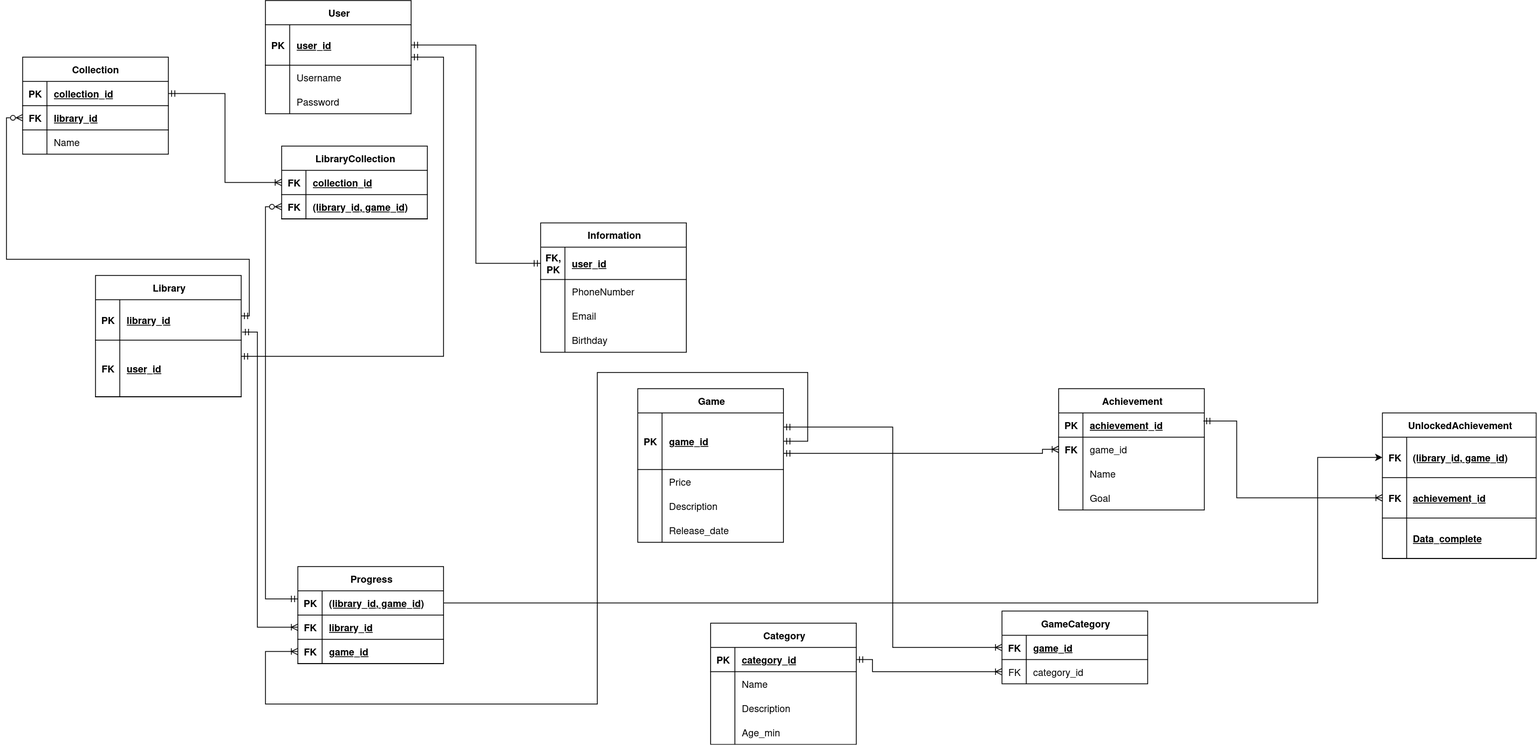
This is CrowDiagram/ER_crow.png from Tr1ggerbtw/KPI-, a draw.io export, as it was before one commit. Source tidied: cells renumbered, new cells last; positions are measured from the earlier drawing's top-left corner, leaving out a move shared by most shapes.
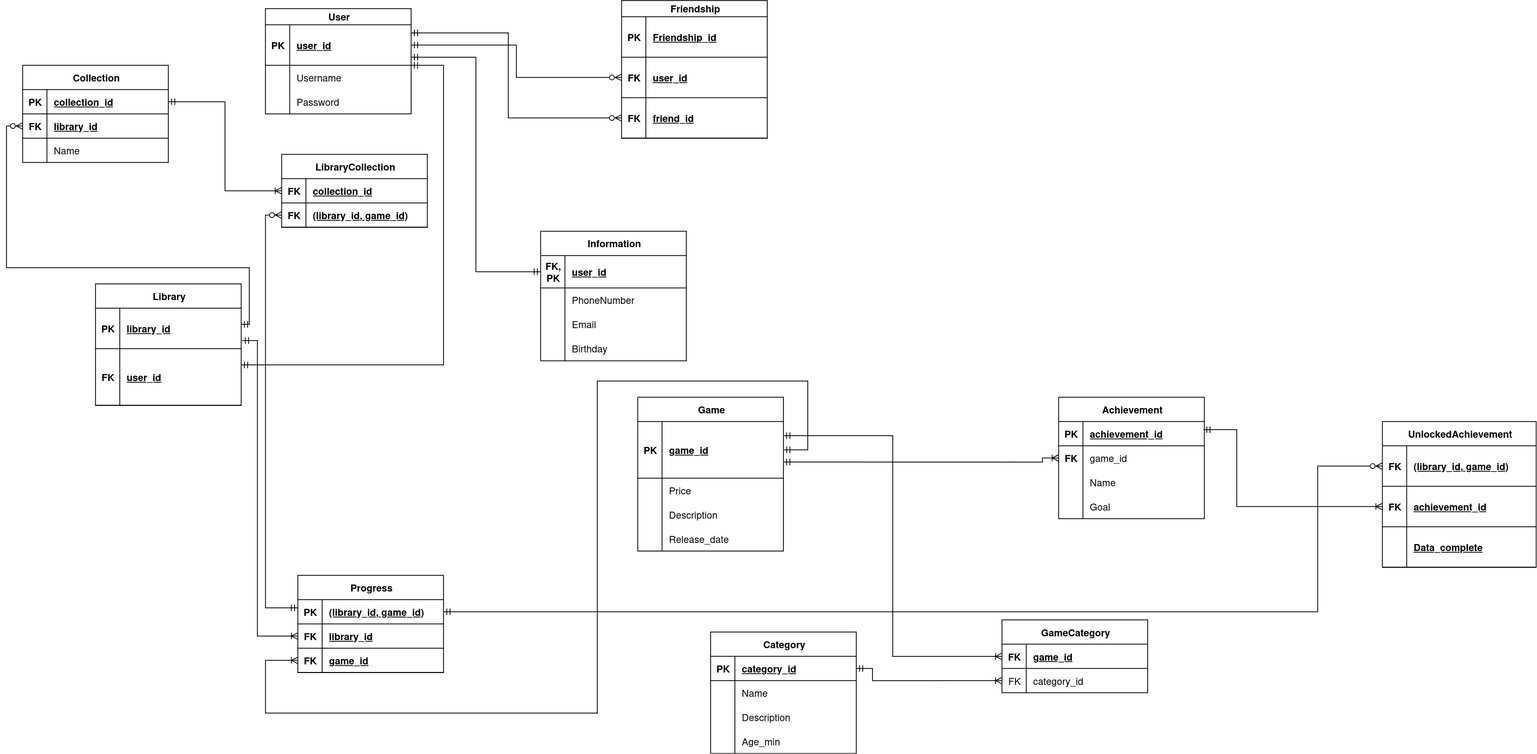
Later version of the same file.

The edit, as a diff of the source:
```diff
@@ -2,11 +2,11 @@
   <root>
     <mxCell id="0" />
     <mxCell id="1" parent="0" />
-    <mxCell id="2" value="User" style="shape=table;startSize=30;rowLines=0;fontStyle=1;align=center;html=1;" parent="1" vertex="1">
-      <mxGeometry x="320" width="180" height="140" as="geometry" />
+    <mxCell id="2" value="User" style="shape=table;startSize=20;rowLines=0;fontStyle=1;align=center;html=1;" parent="1" vertex="1">
+      <mxGeometry x="320" width="180" height="130" as="geometry" />
     </mxCell>
     <mxCell id="3" style="shape=tableRow;horizontal=0;startSize=0;swimlaneHead=0;swimlaneBody=0;fillColor=none;points=[[0,0.5],[1,0.5]];portConstraint=eastwest;top=0;left=0;right=0;bottom=1;" parent="2" vertex="1">
-      <mxGeometry y="30" width="180" height="50" as="geometry" />
+      <mxGeometry y="20" width="180" height="50" as="geometry" />
     </mxCell>
     <mxCell id="4" value="PK" style="shape=partialRectangle;fillColor=none;top=0;left=0;bottom=0;right=0;fontStyle=1;overflow=hidden;whiteSpace=wrap;html=1;" parent="3" vertex="1">
       <mxGeometry width="30" height="50" as="geometry" />
@@ -15,7 +15,7 @@
       <mxGeometry x="30" width="150" height="50" as="geometry" />
     </mxCell>
     <mxCell id="6" style="shape=tableRow;horizontal=0;startSize=0;swimlaneHead=0;swimlaneBody=0;fillColor=none;top=0;left=0;right=0;bottom=0;" parent="2" vertex="1">
-      <mxGeometry y="80" width="180" height="30" as="geometry" />
+      <mxGeometry y="70" width="180" height="30" as="geometry" />
     </mxCell>
     <mxCell id="7" style="shape=partialRectangle;fillColor=none;top=0;left=0;bottom=0;right=0;overflow=hidden;whiteSpace=wrap;html=1;" parent="6" vertex="1">
       <mxGeometry width="30" height="30" as="geometry" />
@@ -24,7 +24,7 @@
       <mxGeometry x="30" width="150" height="30" as="geometry" />
     </mxCell>
     <mxCell id="9" style="shape=tableRow;horizontal=0;startSize=0;swimlaneHead=0;swimlaneBody=0;fillColor=none;top=0;left=0;right=0;bottom=0;" parent="2" vertex="1">
-      <mxGeometry y="110" width="180" height="30" as="geometry" />
+      <mxGeometry y="100" width="180" height="30" as="geometry" />
     </mxCell>
     <mxCell id="10" style="shape=partialRectangle;fillColor=none;top=0;left=0;bottom=0;right=0;overflow=hidden;whiteSpace=wrap;html=1;" parent="9" vertex="1">
       <mxGeometry width="30" height="30" as="geometry" />
@@ -271,8 +271,15 @@
     <mxCell id="89" style="edgeStyle=orthogonalEdgeStyle;rounded=0;jettySize=auto;html=1;entryX=1;entryY=0.25;entryDx=0;entryDy=0;startArrow=ERoneToMany;startFill=0;endArrow=ERmandOne;endFill=0;" parent="1" edge="1" source="83" target="32">
       <mxGeometry relative="1" as="geometry" />
     </mxCell>
-    <mxCell id="90" style="edgeStyle=orthogonalEdgeStyle;rounded=0;jettySize=auto;html=1;entryX=0;entryY=0.5;entryDx=0;entryDy=0;startArrow=ERmandOne;startFill=0;endArrow=ERmandOne;endFill=0;" parent="1" edge="1" source="3" target="13">
-      <mxGeometry relative="1" as="geometry" />
+    <mxCell id="90" style="edgeStyle=orthogonalEdgeStyle;rounded=0;jettySize=auto;html=1;entryX=0;entryY=0.5;entryDx=0;entryDy=0;startArrow=ERmandOne;startFill=0;endArrow=ERmandOne;endFill=0;" parent="1" edge="1" target="13">
+      <mxGeometry relative="1" as="geometry">
+        <mxPoint x="500" y="60" as="sourcePoint" />
+        <Array as="points">
+          <mxPoint x="500" y="60" />
+          <mxPoint x="580" y="60" />
+          <mxPoint x="580" y="325" />
+        </Array>
+      </mxGeometry>
     </mxCell>
     <mxCell id="91" style="edgeStyle=orthogonalEdgeStyle;rounded=0;jettySize=auto;html=1;startArrow=ERoneToMany;startFill=0;endArrow=ERmandOne;endFill=0;entryX=1.006;entryY=0.8;entryDx=0;entryDy=0;entryPerimeter=0;" parent="1" edge="1" source="76" target="26">
       <mxGeometry relative="1" as="geometry">
@@ -420,7 +427,7 @@
     <mxCell id="125" style="edgeStyle=orthogonalEdgeStyle;rounded=0;jettySize=auto;html=1;entryX=0;entryY=0.5;entryDx=0;entryDy=0;exitX=1;exitY=0.5;exitDx=0;exitDy=0;endArrow=ERmandOne;endFill=0;startArrow=ERzeroToMany;startFill=0;" parent="1" edge="1" source="116">
       <mxGeometry relative="1" as="geometry" />
     </mxCell>
-    <mxCell id="126" style="edgeStyle=orthogonalEdgeStyle;rounded=0;jettySize=auto;html=1;exitX=1;exitY=0.5;exitDx=0;exitDy=0;entryX=0;entryY=0.5;entryDx=0;entryDy=0;" parent="1" edge="1" source="73" target="116">
+    <mxCell id="126" style="edgeStyle=orthogonalEdgeStyle;rounded=0;jettySize=auto;html=1;exitX=1;exitY=0.5;exitDx=0;exitDy=0;entryX=0;entryY=0.5;entryDx=0;entryDy=0;startArrow=ERmandOne;startFill=0;endArrow=ERzeroToMany;endFill=0;" parent="1" edge="1" source="73" target="116">
       <mxGeometry relative="1" as="geometry">
         <Array as="points">
           <mxPoint x="1620" y="745" />
@@ -436,5 +443,46 @@
         </Array>
       </mxGeometry>
     </mxCell>
+    <mxCell id="128" value="Friendship" style="shape=table;startSize=20;rowLines=0;fontStyle=1;align=center;html=1;" parent="1" vertex="1">
+      <mxGeometry x="760" y="-10" width="180" height="170" as="geometry" />
+    </mxCell>
+    <mxCell id="129" style="shape=tableRow;horizontal=0;startSize=0;swimlaneHead=0;swimlaneBody=0;fillColor=none;top=0;left=0;right=0;bottom=1;" parent="128" vertex="1">
+      <mxGeometry y="20" width="180" height="50" as="geometry" />
+    </mxCell>
+    <mxCell id="130" value="PK" style="shape=partialRectangle;fillColor=none;top=0;left=0;bottom=0;right=0;fontStyle=1;overflow=hidden;whiteSpace=wrap;html=1;" parent="129" vertex="1">
+      <mxGeometry width="30" height="50" as="geometry" />
+    </mxCell>
+    <mxCell id="131" value="Friendship_id" style="shape=partialRectangle;fillColor=none;top=0;left=0;bottom=0;right=0;align=left;spacingLeft=6;fontStyle=5;overflow=hidden;whiteSpace=wrap;html=1;" parent="129" vertex="1">
+      <mxGeometry x="30" width="150" height="50" as="geometry" />
+    </mxCell>
+    <mxCell id="132" style="shape=tableRow;horizontal=0;startSize=0;swimlaneHead=0;swimlaneBody=0;fillColor=none;points=[[0,0.5],[1,0.5]];portConstraint=eastwest;top=0;left=0;right=0;bottom=1;" parent="128" vertex="1">
+      <mxGeometry y="70" width="180" height="50" as="geometry" />
+    </mxCell>
+    <mxCell id="133" value="FK" style="shape=partialRectangle;fillColor=none;top=0;left=0;bottom=0;right=0;fontStyle=1;overflow=hidden;whiteSpace=wrap;html=1;" parent="132" vertex="1">
+      <mxGeometry width="30" height="50" as="geometry" />
+    </mxCell>
+    <mxCell id="134" value="user_id" style="shape=partialRectangle;fillColor=none;top=0;left=0;bottom=0;right=0;align=left;spacingLeft=6;fontStyle=5;overflow=hidden;whiteSpace=wrap;html=1;" parent="132" vertex="1">
+      <mxGeometry x="30" width="150" height="50" as="geometry" />
+    </mxCell>
+    <mxCell id="135" style="shape=tableRow;horizontal=0;startSize=0;swimlaneHead=0;swimlaneBody=0;fillColor=none;points=[[0,0.5],[1,0.5]];portConstraint=eastwest;top=0;left=0;right=0;bottom=1;" parent="128" vertex="1">
+      <mxGeometry y="120" width="180" height="50" as="geometry" />
+    </mxCell>
+    <mxCell id="136" value="FK" style="shape=partialRectangle;fillColor=none;top=0;left=0;bottom=0;right=0;fontStyle=1;overflow=hidden;whiteSpace=wrap;html=1;" parent="135" vertex="1">
+      <mxGeometry width="30" height="50" as="geometry" />
+    </mxCell>
+    <mxCell id="137" value="friend_id" style="shape=partialRectangle;fillColor=none;top=0;left=0;bottom=0;right=0;align=left;spacingLeft=6;fontStyle=5;overflow=hidden;whiteSpace=wrap;html=1;" parent="135" vertex="1">
+      <mxGeometry x="30" width="150" height="50" as="geometry" />
+    </mxCell>
+    <mxCell id="138" style="edgeStyle=orthogonalEdgeStyle;rounded=0;jettySize=auto;html=1;entryX=0;entryY=0.5;entryDx=0;entryDy=0;endArrow=ERzeroToMany;endFill=0;startArrow=ERmandOne;startFill=0;" parent="1" edge="1" source="3" target="132">
+      <mxGeometry relative="1" as="geometry" />
+    </mxCell>
+    <mxCell id="139" style="edgeStyle=orthogonalEdgeStyle;rounded=0;jettySize=auto;html=1;entryX=0;entryY=0.5;entryDx=0;entryDy=0;startArrow=ERmandOne;startFill=0;endArrow=ERzeroToMany;endFill=0;" parent="1" edge="1" source="3" target="135">
+      <mxGeometry relative="1" as="geometry">
+        <Array as="points">
+          <mxPoint x="620" y="30" />
+          <mxPoint x="620" y="135" />
+        </Array>
+      </mxGeometry>
+    </mxCell>
   </root>
 </mxGraphModel>
```
